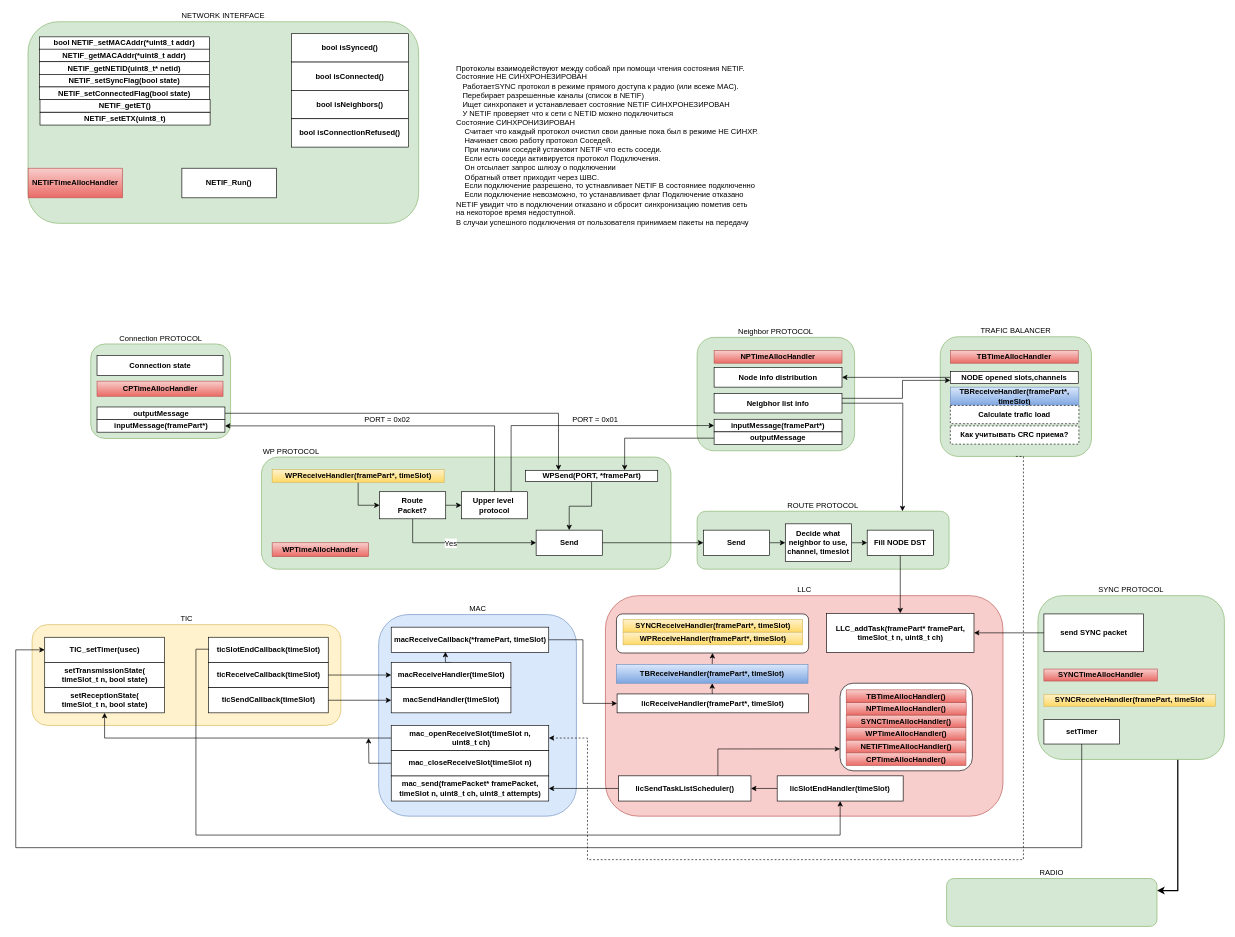
Earlier version of the draw.io diagram page "MOD MAP" (6 of 7) of documentation/programm modules/modulse struct.drawio (saurex83/WMNU). Source tidied: cells renumbered, new cells numbered last; positions are measured from the earlier drawing's top-left corner, leaving out a move shared by most shapes. Both pictures are drawn from the tidied source at 63%, with x=0, y=0 at pixel (15, 21).
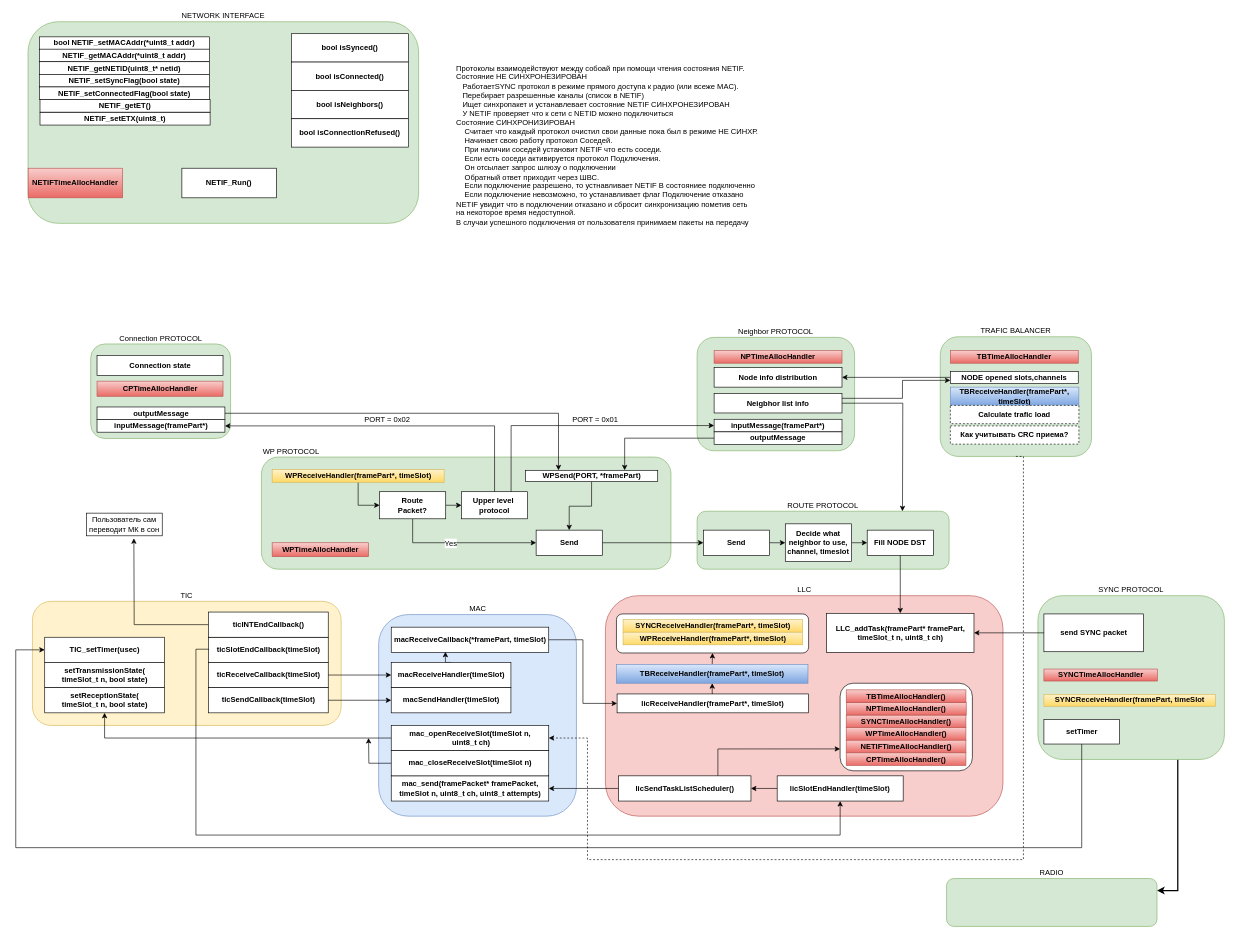
After the change.

Change to the diagram source:
```diff
@@
     <mxCell id="2" value="TIC" style="rounded=1;whiteSpace=wrap;html=1;fillColor=#fff2cc;strokeColor=#d6b656;labelPosition=center;verticalLabelPosition=top;align=center;verticalAlign=bottom;" parent="1" vertex="1">
-      <mxGeometry x="26.5" y="957" width="490" height="160" as="geometry" />
+      <mxGeometry x="27" y="920" width="490" height="197" as="geometry" />
     </mxCell>
@@
+    <mxCell id="115" style="edgeStyle=orthogonalEdgeStyle;rounded=0;jettySize=auto;html=1;exitX=0;exitY=0.5;exitDx=0;exitDy=0;" parent="1" edge="1" source="116">
+      <mxGeometry relative="1" as="geometry">
+        <mxPoint x="188" y="820" as="targetPoint" />
+      </mxGeometry>
+    </mxCell>
+    <mxCell id="116" value="&lt;span style=&quot;text-align: left ; white-space: nowrap&quot;&gt;ticINTEndCallback()&lt;/span&gt;" style="rounded=0;whiteSpace=wrap;html=1;fontStyle=1;" parent="1" vertex="1">
+      <mxGeometry x="306.5" y="937" width="190" height="40" as="geometry" />
+    </mxCell>
+    <mxCell id="117" value="Пользователь сам переводит МК в сон" style="rounded=0;whiteSpace=wrap;html=1;" parent="1" vertex="1">
+      <mxGeometry x="113" y="780" width="120" height="36" as="geometry" />
+    </mxCell>
```
